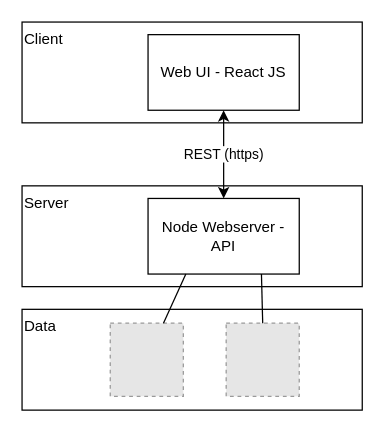
The draw.io diagram page "Frontend-Backend" (4 of 6) of documentation/infrastructure.drawio in jimmylevell/psychmatch, before the edit. Source tidied: cells renumbered, new cells numbered last; positions are measured from the earlier drawing's top-left corner, leaving out a move shared by most shapes. Both pictures are drawn from the tidied source at 126%, with x=0, y=0 at pixel (21, 21). Pictures stored in the file or linked from it are replaced by grey dashed boxes.
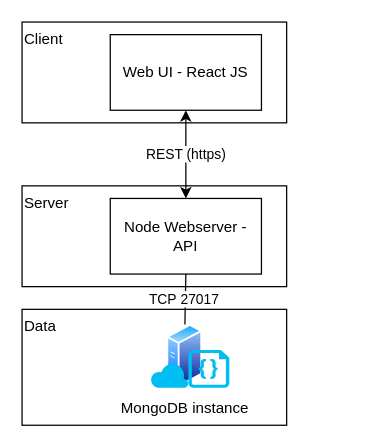
After the change.

Change to the diagram source:
```diff
@@
 <mxGraphModel>
   <root>
     <mxCell id="0" />
     <mxCell id="1" parent="0" />
     <mxCell id="2" value="Client" style="rounded=0;whiteSpace=wrap;html=1;align=left;verticalAlign=top;" parent="1" vertex="1">
-      <mxGeometry width="270" height="80" as="geometry" />
+      <mxGeometry width="210" height="80" as="geometry" />
     </mxCell>
     <mxCell id="3" value="Web UI - React JS" style="rounded=0;whiteSpace=wrap;html=1;align=center;verticalAlign=middle;" parent="1" vertex="1">
-      <mxGeometry x="100" y="10" width="120" height="60" as="geometry" />
+      <mxGeometry x="70" y="10" width="120" height="60" as="geometry" />
     </mxCell>
     <mxCell id="4" value="Server" style="rounded=0;whiteSpace=wrap;html=1;align=left;verticalAlign=top;" parent="1" vertex="1">
-      <mxGeometry y="130" width="270" height="80" as="geometry" />
+      <mxGeometry y="130" width="210" height="80" as="geometry" />
     </mxCell>
     <mxCell id="5" value="Node Webserver - API" style="rounded=0;whiteSpace=wrap;html=1;align=center;verticalAlign=middle;" parent="1" vertex="1">
-      <mxGeometry x="100" y="140" width="120" height="60" as="geometry" />
+      <mxGeometry x="70" y="140" width="120" height="60" as="geometry" />
     </mxCell>
     <mxCell id="6" value="REST (https)" style="endArrow=classic;startArrow=classic;html=1;rounded=0;entryX=0.5;entryY=1;entryDx=0;entryDy=0;" parent="1" edge="1" source="5" target="3">
       <mxGeometry relative="1" as="geometry" />
     </mxCell>
     <mxCell id="7" value="Data" style="rounded=0;whiteSpace=wrap;html=1;align=left;verticalAlign=top;" parent="1" vertex="1">
-      <mxGeometry y="228" width="270" height="80" as="geometry" />
+      <mxGeometry y="228" width="210" height="92" as="geometry" />
     </mxCell>
-    <mxCell id="8" style="fillColor=#E6E6E6;strokeColor=#999999;dashed=1;html=1;verticalAlign=top;verticalLabelPosition=bottom;labelBackgroundColor=#ffffff;" parent="1" vertex="1">
-      <mxGeometry x="70" y="239" width="58" height="58" as="geometry" />
-    </mxCell>
-    <mxCell id="9" style="fillColor=#E6E6E6;strokeColor=#999999;dashed=1;html=1;verticalAlign=top;verticalLabelPosition=bottom;labelBackgroundColor=#ffffff;" parent="1" vertex="1">
-      <mxGeometry x="162" y="239" width="58" height="58" as="geometry" />
-    </mxCell>
-    <mxCell id="10" style="endArrow=none;html=1;rounded=0;entryX=0.25;entryY=1;entryDx=0;entryDy=0;" parent="1" edge="1" source="8" target="5">
-      <mxGeometry relative="1" as="geometry" />
-    </mxCell>
-    <mxCell id="11" style="endArrow=none;html=1;rounded=0;entryX=0.75;entryY=1;entryDx=0;entryDy=0;exitX=0.5;exitY=0;exitDx=0;exitDy=0;" parent="1" edge="1" source="9" target="5">
+    <mxCell id="11" value="TCP&amp;nbsp;27017&amp;nbsp;" style="endArrow=none;html=1;rounded=0;entryX=0.5;entryY=1;entryDx=0;entryDy=0;" parent="1" edge="1" source="12" target="5">
       <mxGeometry relative="1" as="geometry" />
     </mxCell>
+    <mxCell id="12" value="MongoDB instance" style="perimeter=ellipsePerimeter;html=1;align=center;shadow=0;dashed=0;spacingTop=3;image;image=img/lib/active_directory/generic_server.svg;fontFamily=Helvetica;fontSize=12;fontColor=#000000;strokeColor=#000000;fillColor=#ffffff;labelBackgroundColor=none;" parent="1" vertex="1">
+      <mxGeometry x="110" y="240" width="38.5" height="50" as="geometry" />
+    </mxCell>
+    <mxCell id="13" style="verticalLabelPosition=bottom;html=1;verticalAlign=top;align=center;strokeColor=none;fillColor=#00BEF2;shape=mxgraph.azure.code_file;" parent="1" vertex="1">
+      <mxGeometry x="132" y="260.3" width="32.5" height="30" as="geometry" />
+    </mxCell>
+    <mxCell id="14" style="verticalLabelPosition=bottom;html=1;verticalAlign=top;align=center;strokeColor=none;fillColor=#00BEF2;shape=mxgraph.azure.cloud;labelBackgroundColor=none;" parent="1" vertex="1">
+      <mxGeometry x="102" y="270.3" width="30" height="20" as="geometry" />
+    </mxCell>
   </root>
 </mxGraphModel>
```
